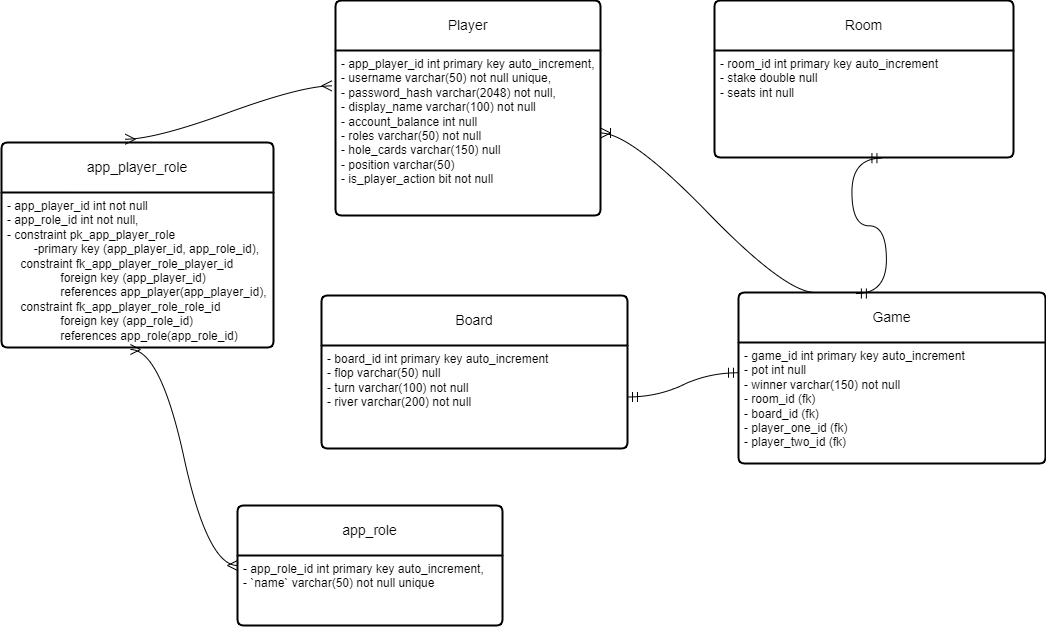
Before: 8-bit-poker.drawio.png, a diagram exported from draw.io (tcarey-dev/8-Bit-Poker-Backend). Source tidied: cells renumbered, new cells last; positions are measured from the earlier drawing's top-left corner, leaving out a move shared by most shapes.
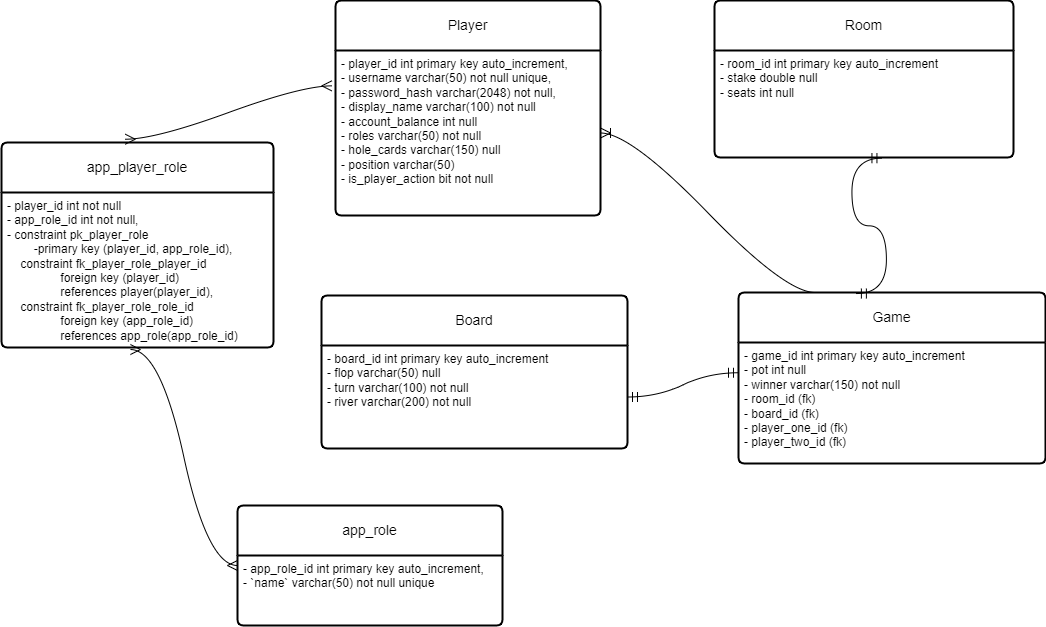
After the commit.

Commit message:
finalized db schema edits

Diff of the diagram source:
```diff
@@ -5,7 +5,7 @@
     <mxCell id="2" value="Player" style="swimlane;horizontal=1;startSize=50;rounded=1;fontSize=14;fontStyle=0;strokeWidth=2;shadow=0;dashed=0;align=center;arcSize=4;whiteSpace=wrap;html=1;" parent="1" vertex="1">
       <mxGeometry x="334" width="265" height="215" as="geometry" />
     </mxCell>
-    <mxCell id="3" value="- app_player_id int primary key auto_increment,&lt;br&gt;- username varchar(50) not null unique,&lt;br&gt;- password_hash varchar(2048) not null,&lt;br&gt;- display_name varchar(100) not null&lt;br style=&quot;border-color: var(--border-color);&quot;&gt;- account_balance int null&lt;br style=&quot;border-color: var(--border-color);&quot;&gt;- roles varchar(50) not null&lt;br style=&quot;border-color: var(--border-color);&quot;&gt;- hole_cards varchar(150) null&lt;br style=&quot;border-color: var(--border-color);&quot;&gt;- position varchar(50)&lt;br style=&quot;border-color: var(--border-color);&quot;&gt;- is_player_action bit not null&lt;br&gt;" style="align=left;strokeColor=none;fillColor=none;spacingLeft=4;fontSize=12;verticalAlign=top;html=1;" parent="2" vertex="1">
+    <mxCell id="3" value="- player_id int primary key auto_increment,&lt;br&gt;- username varchar(50) not null unique,&lt;br&gt;- password_hash varchar(2048) not null,&lt;br&gt;- display_name varchar(100) not null&lt;br style=&quot;border-color: var(--border-color);&quot;&gt;- account_balance int null&lt;br style=&quot;border-color: var(--border-color);&quot;&gt;- roles varchar(50) not null&lt;br style=&quot;border-color: var(--border-color);&quot;&gt;- hole_cards varchar(150) null&lt;br style=&quot;border-color: var(--border-color);&quot;&gt;- position varchar(50)&lt;br style=&quot;border-color: var(--border-color);&quot;&gt;- is_player_action bit not null" style="align=left;strokeColor=none;fillColor=none;spacingLeft=4;fontSize=12;verticalAlign=top;html=1;" parent="2" vertex="1">
       <mxGeometry y="50" width="265" height="165" as="geometry" />
     </mxCell>
     <mxCell id="4" value="app_role" style="swimlane;horizontal=1;startSize=50;rounded=1;fontSize=14;fontStyle=0;strokeWidth=2;shadow=0;dashed=0;align=center;arcSize=4;whiteSpace=wrap;html=1;" parent="1" vertex="1">
@@ -17,7 +17,7 @@
     <mxCell id="6" value="app_player_role" style="swimlane;horizontal=1;startSize=50;rounded=1;fontSize=14;fontStyle=0;strokeWidth=2;shadow=0;dashed=0;align=center;arcSize=4;whiteSpace=wrap;html=1;" parent="1" vertex="1">
       <mxGeometry y="142" width="272" height="205" as="geometry" />
     </mxCell>
-    <mxCell id="7" value="- app_player_id int not null&lt;br&gt;- app_role_id int not null,&lt;br&gt;- constraint pk_app_player_role&lt;br&gt;&lt;span style=&quot;white-space: pre;&quot;&gt;&#9;&lt;/span&gt;-primary key (app_player_id, app_role_id),&lt;div&gt;&amp;nbsp; &amp;nbsp; constraint fk_app_player_role_player_id&lt;/div&gt;&lt;div&gt;&amp;nbsp; &amp;nbsp; &amp;nbsp; &amp;nbsp; &lt;span style=&quot;white-space: pre;&quot;&gt;&#9;&lt;/span&gt;foreign key (app_player_id)&lt;/div&gt;&lt;div&gt;&amp;nbsp; &amp;nbsp; &amp;nbsp; &amp;nbsp; &lt;span style=&quot;white-space: pre;&quot;&gt;&#9;&lt;/span&gt;references app_player(app_player_id),&lt;/div&gt;&lt;div&gt;&amp;nbsp; &amp;nbsp; constraint fk_app_player_role_role_id&lt;/div&gt;&lt;div&gt;&amp;nbsp; &amp;nbsp; &amp;nbsp; &amp;nbsp; &lt;span style=&quot;white-space: pre;&quot;&gt;&#9;&lt;/span&gt;foreign key (app_role_id)&lt;/div&gt;&lt;div&gt;&amp;nbsp; &amp;nbsp; &amp;nbsp; &amp;nbsp; &lt;span style=&quot;white-space: pre;&quot;&gt;&#9;&lt;/span&gt;references app_role(app_role_id)&lt;/div&gt;" style="align=left;strokeColor=none;fillColor=none;spacingLeft=4;fontSize=12;verticalAlign=top;html=1;" parent="6" vertex="1">
+    <mxCell id="7" value="- player_id int not null&lt;br&gt;- app_role_id int not null,&lt;br&gt;- constraint pk_player_role&lt;br&gt;&lt;span style=&quot;white-space: pre;&quot;&gt;&#9;&lt;/span&gt;-primary key (player_id, app_role_id),&lt;div&gt;&amp;nbsp; &amp;nbsp; constraint fk_player_role_player_id&lt;/div&gt;&lt;div&gt;&amp;nbsp; &amp;nbsp; &amp;nbsp; &amp;nbsp; &lt;span style=&quot;white-space: pre;&quot;&gt;&#9;&lt;/span&gt;foreign key (player_id)&lt;/div&gt;&lt;div&gt;&amp;nbsp; &amp;nbsp; &amp;nbsp; &amp;nbsp; &lt;span style=&quot;white-space: pre;&quot;&gt;&#9;&lt;/span&gt;references player(player_id),&lt;/div&gt;&lt;div&gt;&amp;nbsp; &amp;nbsp; constraint fk_player_role_role_id&lt;/div&gt;&lt;div&gt;&amp;nbsp; &amp;nbsp; &amp;nbsp; &amp;nbsp; &lt;span style=&quot;white-space: pre;&quot;&gt;&#9;&lt;/span&gt;foreign key (app_role_id)&lt;/div&gt;&lt;div&gt;&amp;nbsp; &amp;nbsp; &amp;nbsp; &amp;nbsp; &lt;span style=&quot;white-space: pre;&quot;&gt;&#9;&lt;/span&gt;references app_role(app_role_id)&lt;/div&gt;" style="align=left;strokeColor=none;fillColor=none;spacingLeft=4;fontSize=12;verticalAlign=top;html=1;" parent="6" vertex="1">
       <mxGeometry y="50" width="272" height="155" as="geometry" />
     </mxCell>
     <mxCell id="8" value="Room" style="swimlane;horizontal=1;startSize=50;rounded=1;fontSize=14;fontStyle=0;strokeWidth=2;shadow=0;dashed=0;align=center;arcSize=4;whiteSpace=wrap;html=1;" parent="1" vertex="1">
```
